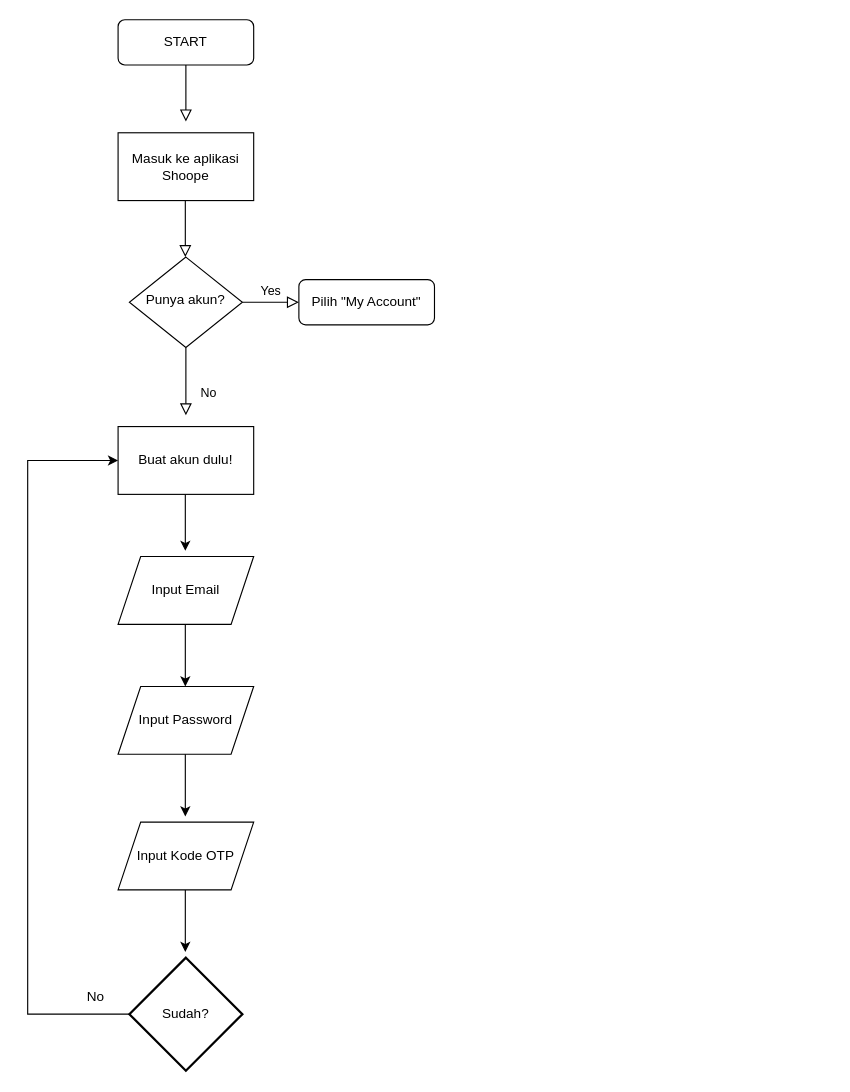
The draw.io diagram Untitled Diagram.drawio in calvinhaviandy/simple-website, before the edit. Source tidied: cells renumbered, new cells numbered last; positions are measured from the earlier drawing's top-left corner, leaving out a move shared by most shapes. Both pictures are drawn from the tidied source at 113%, with x=0, y=0 at pixel (27, 19).
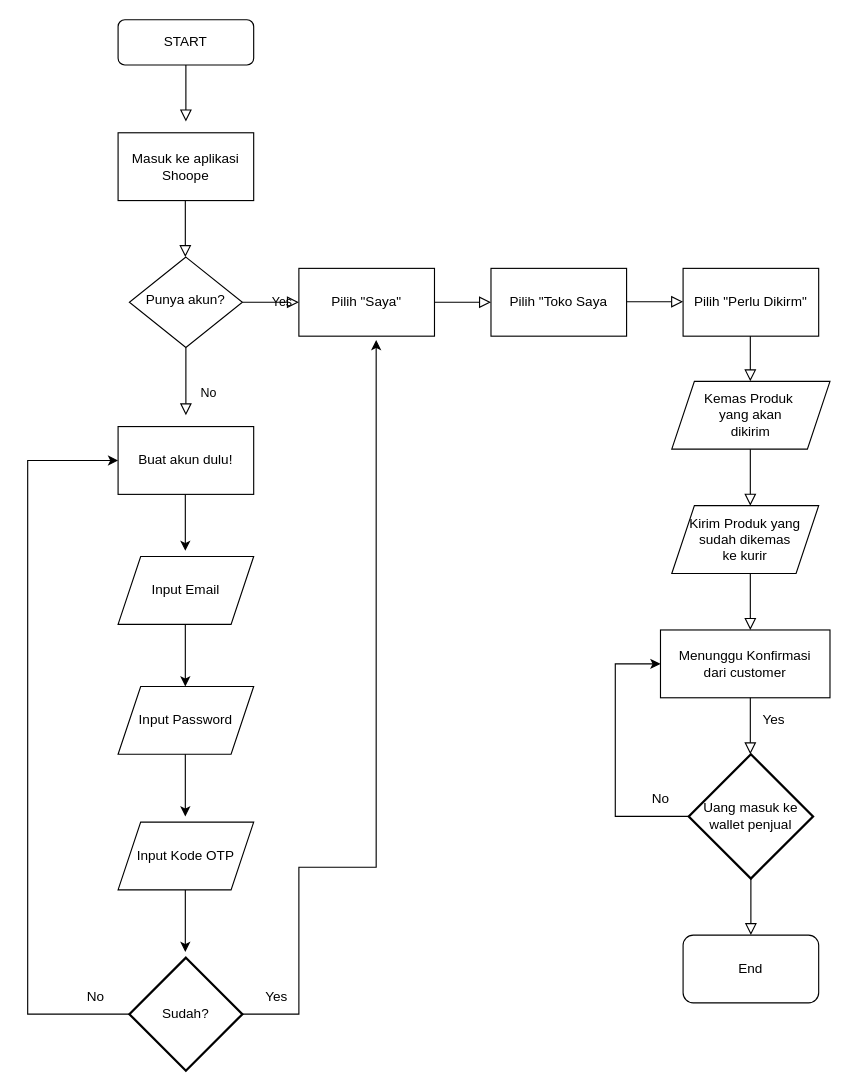
Above is the later version.

Unchanged cells that the change refers to:
```xml
<mxCell id="6" value="Punya akun?" style="rhombus;whiteSpace=wrap;html=1;shadow=0;fontFamily=Helvetica;fontSize=12;align=center;strokeWidth=1;spacing=6;spacingTop=-4;" parent="1" vertex="1">
  <mxGeometry x="90" y="210" width="100" height="80" as="geometry" />
</mxCell>
<mxCell id="21" value="Sudah?" style="strokeWidth=2;html=1;shape=mxgraph.flowchart.decision;whiteSpace=wrap;" parent="1" vertex="1">
  <mxGeometry x="90" y="830" width="100" height="100" as="geometry" />
</mxCell>
```

Change to the diagram source:
```diff
@@
-    <mxCell id="5" value="Yes" style="edgeStyle=orthogonalEdgeStyle;rounded=0;html=1;jettySize=auto;fontSize=11;endArrow=block;endFill=0;endSize=8;strokeWidth=1;shadow=0;labelBackgroundColor=none;" parent="1" edge="1" source="6" target="7">
-      <mxGeometry y="10" relative="1" as="geometry" />
+    <mxCell id="5" value="Yes" style="edgeStyle=orthogonalEdgeStyle;rounded=0;html=1;jettySize=auto;fontSize=11;endArrow=block;endFill=0;endSize=8;strokeWidth=1;shadow=0;labelBackgroundColor=none;" parent="1" edge="1" source="6">
+      <mxGeometry y="10" relative="1" as="geometry">
+        <mxPoint x="240" y="250" as="targetPoint" />
+      </mxGeometry>
     </mxCell>
@@
-    <mxCell id="7" value="Pilih &quot;My Account&quot;" style="rounded=1;whiteSpace=wrap;html=1;fontSize=12;glass=0;strokeWidth=1;shadow=0;" parent="1" vertex="1">
-      <mxGeometry x="240" y="230" width="120" height="40" as="geometry" />
-    </mxCell>
@@
+    <mxCell id="24" style="edgeStyle=segmentEdgeStyle;endArrow=classic;html=1;rounded=0;strokeColor=#000000;exitX=1;exitY=0.5;exitDx=0;exitDy=0;exitPerimeter=0;entryX=0.57;entryY=1.057;entryDx=0;entryDy=0;entryPerimeter=0;" parent="1" edge="1" source="21" target="29">
+      <mxGeometry relative="1" as="geometry">
+        <Array as="points">
+          <mxPoint x="240" y="880" />
+          <mxPoint x="240" y="750" />
+          <mxPoint x="308" y="750" />
+        </Array>
+      </mxGeometry>
+    </mxCell>
+    <mxCell id="25" style="rounded=0;html=1;jettySize=auto;orthogonalLoop=1;fontSize=11;endArrow=block;endFill=0;endSize=8;strokeWidth=1;shadow=0;labelBackgroundColor=none;edgeStyle=orthogonalEdgeStyle;entryX=0;entryY=0.5;entryDx=0;entryDy=0;exitX=1;exitY=0.5;exitDx=0;exitDy=0;" parent="1" edge="1">
+      <mxGeometry relative="1" as="geometry">
+        <mxPoint x="360" y="250" as="sourcePoint" />
+        <mxPoint x="410" y="250" as="targetPoint" />
+      </mxGeometry>
+    </mxCell>
+    <mxCell id="26" style="rounded=0;html=1;jettySize=auto;orthogonalLoop=1;fontSize=11;endArrow=block;endFill=0;endSize=8;strokeWidth=1;shadow=0;labelBackgroundColor=none;edgeStyle=orthogonalEdgeStyle;entryX=0;entryY=0.5;entryDx=0;entryDy=0;exitX=1;exitY=0.5;exitDx=0;exitDy=0;" parent="1" edge="1">
+      <mxGeometry relative="1" as="geometry">
+        <mxPoint x="530" y="249.5" as="sourcePoint" />
+        <mxPoint x="580" y="249.5" as="targetPoint" />
+      </mxGeometry>
+    </mxCell>
+    <mxCell id="27" value="Yes" style="text;html=1;align=center;verticalAlign=middle;strokeColor=none;fillColor=none;" parent="1" vertex="1">
+      <mxGeometry x="200" y="850" width="40" height="30" as="geometry" />
+    </mxCell>
+    <mxCell id="28" style="rounded=0;html=1;jettySize=auto;orthogonalLoop=1;fontSize=11;endArrow=block;endFill=0;endSize=8;strokeWidth=1;shadow=0;labelBackgroundColor=none;edgeStyle=orthogonalEdgeStyle;" parent="1" edge="1">
+      <mxGeometry relative="1" as="geometry">
+        <mxPoint x="639.5" y="270" as="sourcePoint" />
+        <mxPoint x="639.5" y="320" as="targetPoint" />
+        <Array as="points">
+          <mxPoint x="639.5" y="300" />
+          <mxPoint x="639.5" y="300" />
+        </Array>
+      </mxGeometry>
+    </mxCell>
+    <mxCell id="29" value="Pilih &quot;Saya&quot;" style="rounded=0;whiteSpace=wrap;html=1;" parent="1" vertex="1">
+      <mxGeometry x="240" y="220" width="120" height="60" as="geometry" />
+    </mxCell>
+    <mxCell id="30" value="Pilih &quot;Toko Saya" style="rounded=0;whiteSpace=wrap;html=1;" parent="1" vertex="1">
+      <mxGeometry x="410" y="220" width="120" height="60" as="geometry" />
+    </mxCell>
+    <mxCell id="31" value="Pilih &quot;Perlu Dikirm&quot;" style="rounded=0;whiteSpace=wrap;html=1;" parent="1" vertex="1">
+      <mxGeometry x="580" y="220" width="120" height="60" as="geometry" />
+    </mxCell>
+    <mxCell id="32" value="Kemas Produk&amp;nbsp;&lt;br&gt;yang akan&lt;br&gt;dikirim" style="shape=parallelogram;perimeter=parallelogramPerimeter;whiteSpace=wrap;html=1;fixedSize=1;" parent="1" vertex="1">
+      <mxGeometry x="570" y="320" width="140" height="60" as="geometry" />
+    </mxCell>
+    <mxCell id="33" style="rounded=0;html=1;jettySize=auto;orthogonalLoop=1;fontSize=11;endArrow=block;endFill=0;endSize=8;strokeWidth=1;shadow=0;labelBackgroundColor=none;edgeStyle=orthogonalEdgeStyle;" parent="1" edge="1">
+      <mxGeometry relative="1" as="geometry">
+        <mxPoint x="639.5" y="380" as="sourcePoint" />
+        <mxPoint x="639.5" y="430" as="targetPoint" />
+        <Array as="points">
+          <mxPoint x="639.5" y="410" />
+          <mxPoint x="639.5" y="410" />
+        </Array>
+      </mxGeometry>
+    </mxCell>
+    <mxCell id="34" value="Kirim Produk yang&lt;br&gt;sudah dikemas&lt;br&gt;ke kurir" style="shape=parallelogram;perimeter=parallelogramPerimeter;whiteSpace=wrap;html=1;fixedSize=1;" parent="1" vertex="1">
+      <mxGeometry x="570" y="430" width="130" height="60" as="geometry" />
+    </mxCell>
+    <mxCell id="35" style="rounded=0;html=1;jettySize=auto;orthogonalLoop=1;fontSize=11;endArrow=block;endFill=0;endSize=8;strokeWidth=1;shadow=0;labelBackgroundColor=none;edgeStyle=orthogonalEdgeStyle;" parent="1" edge="1">
+      <mxGeometry relative="1" as="geometry">
+        <mxPoint x="639.5" y="490" as="sourcePoint" />
+        <mxPoint x="639.5" y="540" as="targetPoint" />
+        <Array as="points">
+          <mxPoint x="639.5" y="520" />
+          <mxPoint x="639.5" y="520" />
+        </Array>
+      </mxGeometry>
+    </mxCell>
+    <mxCell id="36" value="Menunggu Konfirmasi&lt;br&gt;dari customer" style="rounded=0;whiteSpace=wrap;html=1;" parent="1" vertex="1">
+      <mxGeometry x="560" y="540" width="150" height="60" as="geometry" />
+    </mxCell>
+    <mxCell id="37" style="rounded=0;html=1;jettySize=auto;orthogonalLoop=1;fontSize=11;endArrow=block;endFill=0;endSize=8;strokeWidth=1;shadow=0;labelBackgroundColor=none;edgeStyle=orthogonalEdgeStyle;" parent="1" edge="1">
+      <mxGeometry relative="1" as="geometry">
+        <mxPoint x="639.5" y="600" as="sourcePoint" />
+        <mxPoint x="639.5" y="650" as="targetPoint" />
+        <Array as="points">
+          <mxPoint x="639.5" y="630" />
+          <mxPoint x="639.5" y="630" />
+        </Array>
+      </mxGeometry>
+    </mxCell>
+    <mxCell id="38" value="Uang masuk ke&lt;br&gt;wallet penjual" style="strokeWidth=2;html=1;shape=mxgraph.flowchart.decision;whiteSpace=wrap;" parent="1" vertex="1">
+      <mxGeometry x="585" y="650" width="110" height="110" as="geometry" />
+    </mxCell>
+    <mxCell id="39" value="Yes" style="text;html=1;align=center;verticalAlign=middle;strokeColor=none;fillColor=none;" parent="1" vertex="1">
+      <mxGeometry x="640" y="605" width="40" height="30" as="geometry" />
+    </mxCell>
+    <mxCell id="40" style="edgeStyle=segmentEdgeStyle;endArrow=classic;html=1;rounded=0;strokeColor=#000000;exitX=0;exitY=0.5;exitDx=0;exitDy=0;exitPerimeter=0;entryX=0;entryY=0.5;entryDx=0;entryDy=0;" parent="1" edge="1" source="38" target="36">
+      <mxGeometry relative="1" as="geometry">
+        <Array as="points">
+          <mxPoint x="520" y="705" />
+          <mxPoint x="520" y="570" />
+        </Array>
+      </mxGeometry>
+    </mxCell>
+    <mxCell id="41" value="No" style="text;html=1;align=center;verticalAlign=middle;strokeColor=none;fillColor=none;" parent="1" vertex="1">
+      <mxGeometry x="540" y="675" width="40" height="30" as="geometry" />
+    </mxCell>
+    <mxCell id="42" value="End" style="rounded=1;whiteSpace=wrap;html=1;" parent="1" vertex="1">
+      <mxGeometry x="580" y="810" width="120" height="60" as="geometry" />
+    </mxCell>
+    <mxCell id="43" style="rounded=0;html=1;jettySize=auto;orthogonalLoop=1;fontSize=11;endArrow=block;endFill=0;endSize=8;strokeWidth=1;shadow=0;labelBackgroundColor=none;edgeStyle=orthogonalEdgeStyle;" parent="1" edge="1">
+      <mxGeometry relative="1" as="geometry">
+        <mxPoint x="640" y="760" as="sourcePoint" />
+        <mxPoint x="640" y="810" as="targetPoint" />
+        <Array as="points">
+          <mxPoint x="640" y="790" />
+          <mxPoint x="640" y="790" />
+        </Array>
+      </mxGeometry>
+    </mxCell>
```
